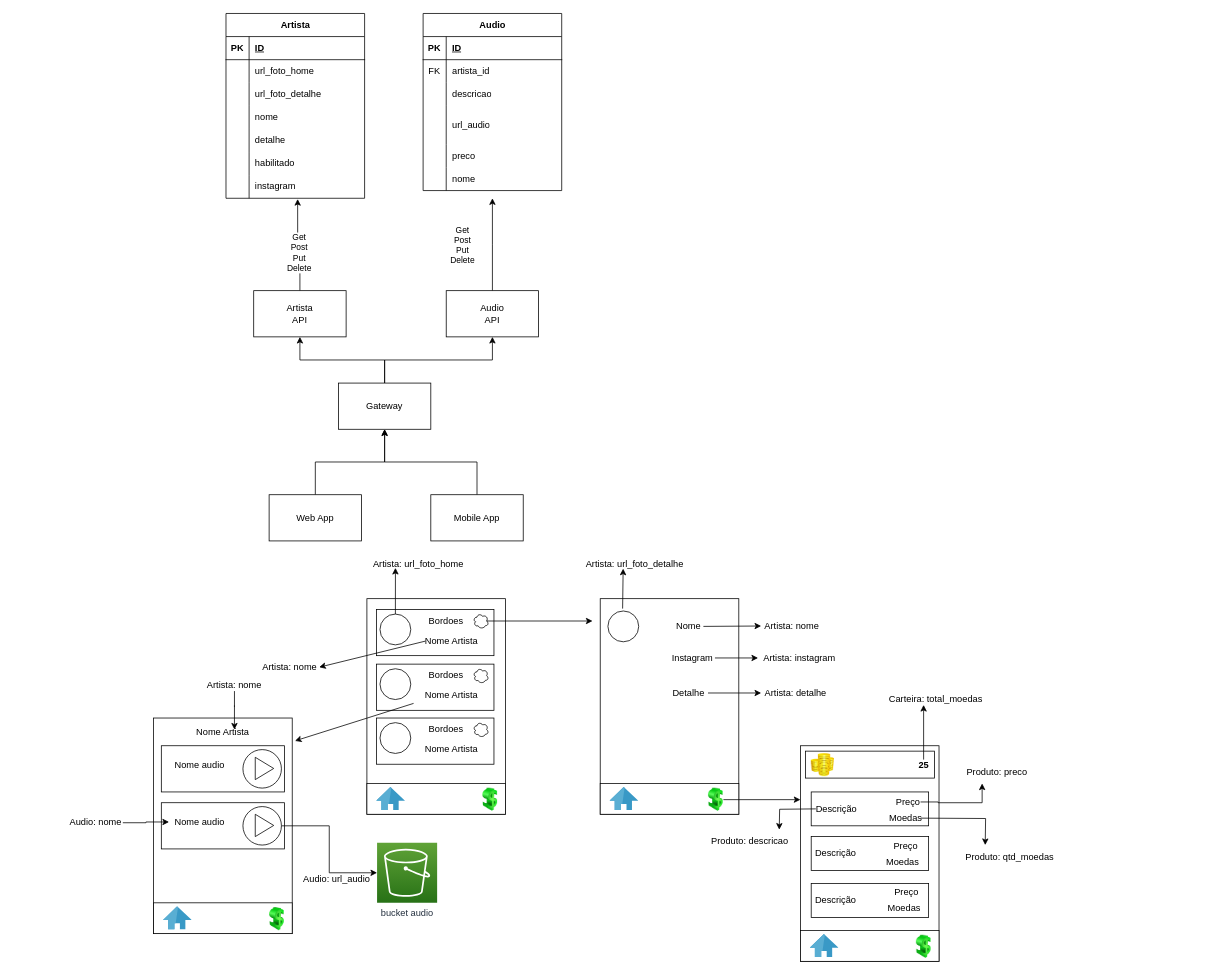
icaroclaro/bordoes-api keeps this draw.io diagram as desenho-app.drawio.xml. Above is the earlier version. Source tidied: cells renumbered, new cells numbered last; positions are measured from the earlier drawing's top-left corner, leaving out a move shared by most shapes. Both pictures are drawn from the tidied source at 77%, with x=0, y=0 at pixel (69, 13).
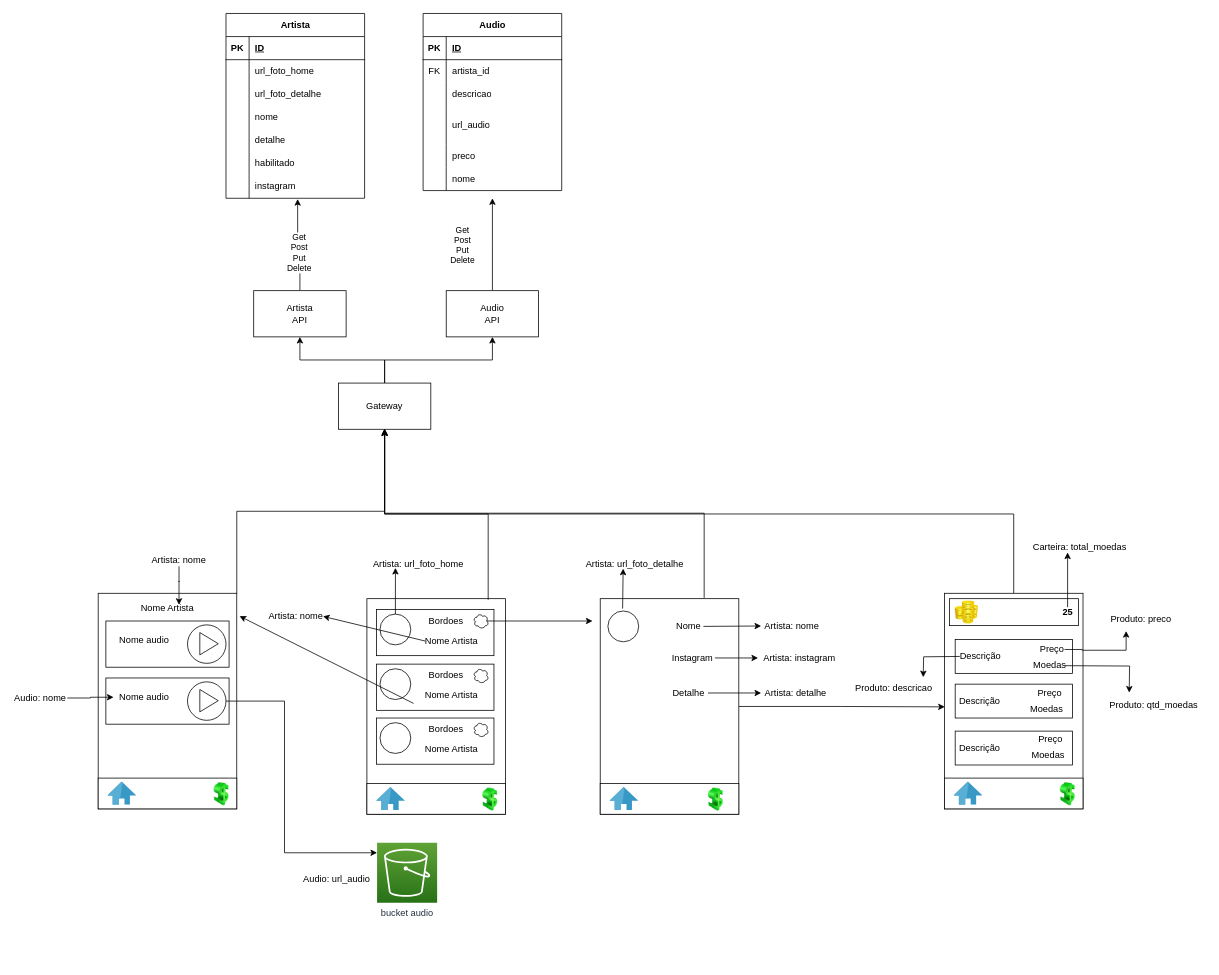
Above is the later version.

Commit message:
atualização do desenho da aplicação

Unchanged cells that the change refers to:
```xml
<mxCell id="2" style="rounded=0;whiteSpace=wrap;html=1;" parent="1" vertex="1">
  <mxGeometry x="387" y="760" width="180" height="280" as="geometry" />
</mxCell>
<mxCell id="56" value="Gateway" style="rounded=0;whiteSpace=wrap;html=1;" parent="1" vertex="1">
  <mxGeometry x="350" y="480" width="120" height="60" as="geometry" />
</mxCell>
<mxCell id="80" style="rounded=0;whiteSpace=wrap;html=1;" parent="1" vertex="1">
  <mxGeometry x="690" y="760" width="180" height="280" as="geometry" />
</mxCell>
<mxCell id="84" style="image;html=1;image=img/lib/clip_art/finance/Dollar_128x128.png;" parent="1" vertex="1">
  <mxGeometry x="830" y="1006" width="20" height="30" as="geometry" />
</mxCell>
<mxCell id="112" value="bucket audio" style="sketch=0;points=[[0,0,0],[0.25,0,0],[0.5,0,0],[0.75,0,0],[1,0,0],[0,1,0],[0.25,1,0],[0.5,1,0],[0.75,1,0],[1,1,0],[0,0.25,0],[0,0.5,0],[0,0.75,0],[1,0.25,0],[1,0.5,0],[1,0.75,0]];outlineConnect=0;fontColor=#232F3E;gradientColor=#60A337;gradientDirection=north;fillColor=#277116;strokeColor=#ffffff;dashed=0;verticalLabelPosition=bottom;verticalAlign=top;align=center;html=1;fontSize=12;fontStyle=0;shape=mxgraph.aws4.resourceIcon;resIcon=mxgraph.aws4.s3;" parent="1" vertex="1">
  <mxGeometry x="400.2" y="1077" width="78" height="78" as="geometry" />
</mxCell>
```

Change to the diagram source:
```diff
@@
-    <mxCell id="28" style="edgeStyle=orthogonalEdgeStyle;rounded=0;jettySize=auto;html=1;exitX=0.5;exitY=0;exitDx=0;exitDy=0;entryX=0.5;entryY=1;entryDx=0;entryDy=0;" parent="1" edge="1" source="29" target="56">
-      <mxGeometry relative="1" as="geometry" />
-    </mxCell>
-    <mxCell id="29" value="Mobile App" style="rounded=0;whiteSpace=wrap;html=1;" parent="1" vertex="1">
-      <mxGeometry x="470" y="625" width="120" height="60" as="geometry" />
-    </mxCell>
-    <mxCell id="30" style="edgeStyle=orthogonalEdgeStyle;rounded=0;jettySize=auto;html=1;exitX=0.5;exitY=0;exitDx=0;exitDy=0;" parent="1" edge="1" source="31" target="56">
-      <mxGeometry relative="1" as="geometry" />
+    <mxCell id="30" style="edgeStyle=orthogonalEdgeStyle;rounded=0;jettySize=auto;html=1;exitX=0.875;exitY=0.005;exitDx=0;exitDy=0;exitPerimeter=0;" parent="1" edge="1" source="2" target="56">
+      <mxGeometry relative="1" as="geometry">
+        <Array as="points">
+          <mxPoint x="544" y="650" />
+          <mxPoint x="410" y="650" />
+        </Array>
+      </mxGeometry>
     </mxCell>
-    <mxCell id="31" value="Web App" style="rounded=0;whiteSpace=wrap;html=1;" parent="1" vertex="1">
-      <mxGeometry x="260" y="625" width="120" height="60" as="geometry" />
-    </mxCell>
@@
     <mxCell id="67" style="endArrow=classic;html=1;rounded=0;" parent="1" edge="1">
       <mxGeometry relative="1" as="geometry">
         <mxPoint x="463" y="815.1" as="sourcePoint" />
-        <mxPoint x="325" y="849" as="targetPoint" />
+        <mxPoint x="330" y="783" as="targetPoint" />
       </mxGeometry>
     </mxCell>
     <mxCell id="68" value="Artista: nome" style="text;html=1;strokeColor=none;fillColor=none;align=center;verticalAlign=middle;whiteSpace=wrap;rounded=0;" parent="1" vertex="1">
-      <mxGeometry x="227" y="834" width="120" height="30" as="geometry" />
+      <mxGeometry x="235" y="768" width="120" height="30" as="geometry" />
     </mxCell>
@@
+    <mxCell id="145" style="edgeStyle=orthogonalEdgeStyle;rounded=0;jettySize=auto;html=1;entryX=0;entryY=0.75;entryDx=0;entryDy=0;" parent="1" edge="1" source="80" target="133">
+      <mxGeometry relative="1" as="geometry" />
+    </mxCell>
+    <mxCell id="146" style="edgeStyle=orthogonalEdgeStyle;rounded=0;orthogonalLoop=1;jettySize=auto;html=1;exitX=0.75;exitY=0;exitDx=0;exitDy=0;entryX=0.5;entryY=1;entryDx=0;entryDy=0;" parent="1" edge="1">
+      <mxGeometry relative="1" as="geometry">
+        <mxPoint x="825" y="759" as="sourcePoint" />
+        <mxPoint x="410" y="539" as="targetPoint" />
+        <Array as="points">
+          <mxPoint x="825" y="649" />
+          <mxPoint x="410" y="649" />
+        </Array>
+      </mxGeometry>
+    </mxCell>
@@
-    <mxCell id="83" style="edgeStyle=orthogonalEdgeStyle;rounded=0;jettySize=auto;html=1;entryX=0;entryY=0.25;entryDx=0;entryDy=0;" parent="1" edge="1" source="84" target="118">
-      <mxGeometry relative="1" as="geometry" />
-    </mxCell>
@@
+    <mxCell id="147" style="edgeStyle=orthogonalEdgeStyle;rounded=0;jettySize=auto;html=1;exitX=1;exitY=0;exitDx=0;exitDy=0;entryX=0.5;entryY=1;entryDx=0;entryDy=0;" parent="1" edge="1" source="97" target="56">
+      <mxGeometry relative="1" as="geometry" />
+    </mxCell>
     <mxCell id="97" style="rounded=0;whiteSpace=wrap;html=1;" parent="1" vertex="1">
-      <mxGeometry x="110" y="915" width="180" height="280" as="geometry" />
+      <mxGeometry x="38" y="753" width="180" height="280" as="geometry" />
     </mxCell>
     <mxCell id="98" style="rounded=0;whiteSpace=wrap;html=1;" parent="1" vertex="1">
-      <mxGeometry x="110" y="1155" width="180" height="40" as="geometry" />
+      <mxGeometry x="38" y="993" width="180" height="40" as="geometry" />
     </mxCell>
     <mxCell id="99" style="image;sketch=0;html=1;align=center;fontSize=12;image=img/lib/mscae/Azure_Home.svg;" parent="1" vertex="1">
-      <mxGeometry x="122.5" y="1160" width="37.5" height="30" as="geometry" />
+      <mxGeometry x="50.5" y="998" width="37.5" height="30" as="geometry" />
     </mxCell>
     <mxCell id="100" style="image;html=1;image=img/lib/clip_art/finance/Dollar_128x128.png;" parent="1" vertex="1">
-      <mxGeometry x="250" y="1161" width="40" height="30" as="geometry" />
+      <mxGeometry x="178" y="999" width="40" height="30" as="geometry" />
     </mxCell>
@@
     <mxCell id="102" value="Nome Artista" style="text;html=1;strokeColor=none;fillColor=none;align=center;verticalAlign=middle;whiteSpace=wrap;rounded=0;" parent="1" vertex="1">
-      <mxGeometry x="130" y="919" width="140" height="30" as="geometry" />
+      <mxGeometry x="58" y="757" width="140" height="30" as="geometry" />
     </mxCell>
     <mxCell id="103" style="rounded=0;whiteSpace=wrap;html=1;" parent="1" vertex="1">
-      <mxGeometry x="120" y="951" width="160" height="60" as="geometry" />
+      <mxGeometry x="48" y="789" width="160" height="60" as="geometry" />
     </mxCell>
     <mxCell id="104" style="ellipse;whiteSpace=wrap;html=1;" parent="1" vertex="1">
-      <mxGeometry x="226" y="956" width="50" height="50" as="geometry" />
+      <mxGeometry x="154" y="794" width="50" height="50" as="geometry" />
     </mxCell>
     <mxCell id="105" style="triangle;whiteSpace=wrap;html=1;" parent="1" vertex="1">
-      <mxGeometry x="242" y="966" width="24" height="29" as="geometry" />
+      <mxGeometry x="170" y="804" width="24" height="29" as="geometry" />
     </mxCell>
     <mxCell id="106" value="Nome audio" style="text;html=1;strokeColor=none;fillColor=none;align=center;verticalAlign=middle;whiteSpace=wrap;rounded=0;" parent="1" vertex="1">
-      <mxGeometry x="130" y="961" width="80" height="30" as="geometry" />
+      <mxGeometry x="58" y="799" width="80" height="30" as="geometry" />
     </mxCell>
     <mxCell id="107" style="rounded=0;whiteSpace=wrap;html=1;" parent="1" vertex="1">
-      <mxGeometry x="120" y="1025" width="160" height="60" as="geometry" />
+      <mxGeometry x="48" y="863" width="160" height="60" as="geometry" />
     </mxCell>
     <mxCell id="108" style="edgeStyle=orthogonalEdgeStyle;rounded=0;jettySize=auto;html=1;exitX=1;exitY=0.5;exitDx=0;exitDy=0;" parent="1" edge="1" source="109" target="112">
-      <mxGeometry relative="1" as="geometry" />
+      <mxGeometry relative="1" as="geometry">
+        <Array as="points">
+          <mxPoint x="280" y="893" />
+          <mxPoint x="280" y="1090" />
+        </Array>
+      </mxGeometry>
     </mxCell>
     <mxCell id="109" style="ellipse;whiteSpace=wrap;html=1;" parent="1" vertex="1">
-      <mxGeometry x="226" y="1030" width="50" height="50" as="geometry" />
+      <mxGeometry x="154" y="868" width="50" height="50" as="geometry" />
     </mxCell>
     <mxCell id="110" style="triangle;whiteSpace=wrap;html=1;" parent="1" vertex="1">
-      <mxGeometry x="242" y="1040" width="24" height="29" as="geometry" />
+      <mxGeometry x="170" y="878" width="24" height="29" as="geometry" />
     </mxCell>
     <mxCell id="111" value="Nome audio" style="text;html=1;strokeColor=none;fillColor=none;align=center;verticalAlign=middle;whiteSpace=wrap;rounded=0;" parent="1" vertex="1">
-      <mxGeometry x="130" y="1035" width="80" height="30" as="geometry" />
+      <mxGeometry x="58" y="873" width="80" height="30" as="geometry" />
     </mxCell>
@@
     <mxCell id="115" value="Audio: nome" style="text;html=1;strokeColor=none;fillColor=none;align=center;verticalAlign=middle;whiteSpace=wrap;rounded=0;" parent="1" vertex="1">
-      <mxGeometry y="1036" width="70" height="30" as="geometry" />
+      <mxGeometry x="-72" y="874" width="70" height="30" as="geometry" />
     </mxCell>
@@
     <mxCell id="117" value="Artista: nome" style="text;html=1;strokeColor=none;fillColor=none;align=center;verticalAlign=middle;whiteSpace=wrap;rounded=0;" parent="1" vertex="1">
-      <mxGeometry x="170" y="864" width="90" height="16" as="geometry" />
+      <mxGeometry x="98" y="702" width="90" height="16" as="geometry" />
     </mxCell>
+    <mxCell id="148" style="edgeStyle=orthogonalEdgeStyle;rounded=0;jettySize=auto;html=1;exitX=0.5;exitY=0;exitDx=0;exitDy=0;entryX=0.5;entryY=1;entryDx=0;entryDy=0;" parent="1" edge="1" source="118" target="56">
+      <mxGeometry relative="1" as="geometry">
+        <Array as="points">
+          <mxPoint x="1227" y="650" />
+          <mxPoint x="410" y="650" />
+        </Array>
+      </mxGeometry>
+    </mxCell>
     <mxCell id="118" style="rounded=0;whiteSpace=wrap;html=1;" parent="1" vertex="1">
-      <mxGeometry x="950" y="951" width="180" height="280" as="geometry" />
+      <mxGeometry x="1137" y="753" width="180" height="280" as="geometry" />
     </mxCell>
     <mxCell id="119" style="rounded=0;whiteSpace=wrap;html=1;" parent="1" vertex="1">
-      <mxGeometry x="956.5" y="958" width="167.5" height="35" as="geometry" />
+      <mxGeometry x="1143.5" y="760" width="167.5" height="35" as="geometry" />
     </mxCell>
     <mxCell id="120" style="rounded=0;whiteSpace=wrap;html=1;" parent="1" vertex="1">
-      <mxGeometry x="964" y="1011" width="152.5" height="44" as="geometry" />
+      <mxGeometry x="1151" y="813" width="152.5" height="44" as="geometry" />
     </mxCell>
     <mxCell id="121" style="rounded=0;whiteSpace=wrap;html=1;" parent="1" vertex="1">
-      <mxGeometry x="950" y="1191" width="180" height="40" as="geometry" />
+      <mxGeometry x="1137" y="993" width="180" height="40" as="geometry" />
     </mxCell>
     <mxCell id="122" style="image;sketch=0;html=1;align=center;fontSize=12;image=img/lib/mscae/Azure_Home.svg;" parent="1" vertex="1">
-      <mxGeometry x="962.5" y="1196" width="37.5" height="30" as="geometry" />
+      <mxGeometry x="1149.5" y="998" width="37.5" height="30" as="geometry" />
     </mxCell>
     <mxCell id="123" style="image;html=1;image=img/lib/clip_art/finance/Dollar_128x128.png;" parent="1" vertex="1">
-      <mxGeometry x="1090" y="1197" width="40" height="30" as="geometry" />
+      <mxGeometry x="1277" y="999" width="40" height="30" as="geometry" />
     </mxCell>
     <mxCell id="124" style="image;html=1;image=img/lib/clip_art/finance/Coins_128x128.png;" parent="1" vertex="1">
-      <mxGeometry x="959" y="961" width="40" height="30" as="geometry" />
+      <mxGeometry x="1146" y="763" width="40" height="30" as="geometry" />
     </mxCell>
     <mxCell id="125" style="edgeStyle=orthogonalEdgeStyle;rounded=0;orthogonalLoop=1;jettySize=auto;html=1;" parent="1" edge="1">
       <mxGeometry relative="1" as="geometry">
-        <mxPoint x="1110" y="969" as="sourcePoint" />
-        <mxPoint x="1110" y="898" as="targetPoint" />
+        <mxPoint x="1297" y="771" as="sourcePoint" />
+        <mxPoint x="1297" y="700" as="targetPoint" />
       </mxGeometry>
     </mxCell>
     <mxCell id="126" value="25" style="text;html=1;strokeColor=none;fillColor=none;align=center;verticalAlign=middle;whiteSpace=wrap;rounded=0;fontStyle=1;" parent="1" vertex="1">
-      <mxGeometry x="1099" y="961" width="23" height="30" as="geometry" />
+      <mxGeometry x="1286" y="763" width="23" height="30" as="geometry" />
     </mxCell>
     <mxCell id="127" style="rounded=0;whiteSpace=wrap;html=1;" parent="1" vertex="1">
-      <mxGeometry x="964" y="1130" width="152.5" height="44" as="geometry" />
+      <mxGeometry x="1151" y="932" width="152.5" height="44" as="geometry" />
     </mxCell>
     <mxCell id="128" style="rounded=0;whiteSpace=wrap;html=1;" parent="1" vertex="1">
-      <mxGeometry x="964" y="1069" width="152.5" height="44" as="geometry" />
+      <mxGeometry x="1151" y="871" width="152.5" height="44" as="geometry" />
     </mxCell>
     <mxCell id="129" style="edgeStyle=orthogonalEdgeStyle;rounded=0;orthogonalLoop=1;jettySize=auto;html=1;entryX=0.5;entryY=0;entryDx=0;entryDy=0;" parent="1" edge="1">
       <mxGeometry relative="1" as="geometry">
-        <mxPoint x="970" y="1033" as="sourcePoint" />
-        <mxPoint x="922.5" y="1060" as="targetPoint" />
+        <mxPoint x="1157" y="835" as="sourcePoint" />
+        <mxPoint x="1109.5" y="862" as="targetPoint" />
       </mxGeometry>
     </mxCell>
     <mxCell id="130" value="Descrição" style="text;html=1;strokeColor=none;fillColor=none;align=center;verticalAlign=middle;whiteSpace=wrap;rounded=0;" parent="1" vertex="1">
-      <mxGeometry x="952" y="1018" width="90" height="30" as="geometry" />
+      <mxGeometry x="1139" y="820" width="90" height="30" as="geometry" />
     </mxCell>
     <mxCell id="131" style="edgeStyle=orthogonalEdgeStyle;rounded=0;jettySize=auto;html=1;" parent="1" edge="1" target="142">
       <mxGeometry relative="1" as="geometry">
-        <mxPoint x="1106" y="1024" as="sourcePoint" />
+        <mxPoint x="1293" y="826" as="sourcePoint" />
         <Array as="points">
-          <mxPoint x="1129" y="1025" />
-          <mxPoint x="1186" y="1025" />
+          <mxPoint x="1316" y="827" />
+          <mxPoint x="1373" y="827" />
         </Array>
       </mxGeometry>
     </mxCell>
     <mxCell id="132" value="Preço&lt;br&gt;" style="text;html=1;strokeColor=none;fillColor=none;align=center;verticalAlign=middle;whiteSpace=wrap;rounded=0;" parent="1" vertex="1">
-      <mxGeometry x="1060" y="1008" width="60" height="32" as="geometry" />
+      <mxGeometry x="1247" y="810" width="60" height="32" as="geometry" />
     </mxCell>
     <mxCell id="133" value="Descrição" style="text;html=1;strokeColor=none;fillColor=none;align=center;verticalAlign=middle;whiteSpace=wrap;rounded=0;" parent="1" vertex="1">
-      <mxGeometry x="950.5" y="1076" width="90" height="30" as="geometry" />
+      <mxGeometry x="1137.5" y="878" width="90" height="30" as="geometry" />
     </mxCell>
     <mxCell id="134" value="Descrição" style="text;html=1;strokeColor=none;fillColor=none;align=center;verticalAlign=middle;whiteSpace=wrap;rounded=0;" parent="1" vertex="1">
-      <mxGeometry x="951" y="1137" width="90" height="30" as="geometry" />
+      <mxGeometry x="1138" y="939" width="90" height="30" as="geometry" />
     </mxCell>
     <mxCell id="135" style="edgeStyle=orthogonalEdgeStyle;rounded=0;orthogonalLoop=1;jettySize=auto;html=1;" parent="1" edge="1">
       <mxGeometry relative="1" as="geometry">
-        <mxPoint x="1106.5" y="1045" as="sourcePoint" />
-        <mxPoint x="1190" y="1080" as="targetPoint" />
+        <mxPoint x="1293.5" y="847" as="sourcePoint" />
+        <mxPoint x="1377" y="882" as="targetPoint" />
       </mxGeometry>
     </mxCell>
     <mxCell id="136" value="Moedas" style="text;html=1;strokeColor=none;fillColor=none;align=center;verticalAlign=middle;whiteSpace=wrap;rounded=0;" parent="1" vertex="1">
-      <mxGeometry x="1056.5" y="1030" width="60" height="30" as="geometry" />
+      <mxGeometry x="1243.5" y="832" width="60" height="30" as="geometry" />
     </mxCell>
     <mxCell id="137" value="Preço&lt;br&gt;" style="text;html=1;strokeColor=none;fillColor=none;align=center;verticalAlign=middle;whiteSpace=wrap;rounded=0;" parent="1" vertex="1">
-      <mxGeometry x="1056.5" y="1065" width="60" height="32" as="geometry" />
+      <mxGeometry x="1243.5" y="867" width="60" height="32" as="geometry" />
     </mxCell>
     <mxCell id="138" value="Moedas" style="text;html=1;strokeColor=none;fillColor=none;align=center;verticalAlign=middle;whiteSpace=wrap;rounded=0;" parent="1" vertex="1">
-      <mxGeometry x="1053" y="1087" width="60" height="30" as="geometry" />
+      <mxGeometry x="1240" y="889" width="60" height="30" as="geometry" />
     </mxCell>
     <mxCell id="139" value="Preço&lt;br&gt;" style="text;html=1;strokeColor=none;fillColor=none;align=center;verticalAlign=middle;whiteSpace=wrap;rounded=0;" parent="1" vertex="1">
-      <mxGeometry x="1058.2" y="1125" width="60" height="32" as="geometry" />
+      <mxGeometry x="1245.2" y="927" width="60" height="32" as="geometry" />
     </mxCell>
     <mxCell id="140" value="Moedas" style="text;html=1;strokeColor=none;fillColor=none;align=center;verticalAlign=middle;whiteSpace=wrap;rounded=0;" parent="1" vertex="1">
-      <mxGeometry x="1054.8" y="1147" width="60" height="30" as="geometry" />
+      <mxGeometry x="1241.8" y="949" width="60" height="30" as="geometry" />
     </mxCell>
     <mxCell id="141" value="Produto: qtd_moedas" style="text;html=1;strokeColor=none;fillColor=none;align=center;verticalAlign=middle;whiteSpace=wrap;rounded=0;" parent="1" vertex="1">
-      <mxGeometry x="1154" y="1081" width="136" height="30" as="geometry" />
+      <mxGeometry x="1341" y="883" width="136" height="30" as="geometry" />
     </mxCell>
     <mxCell id="142" value="Produto: preco" style="text;html=1;strokeColor=none;fillColor=none;align=center;verticalAlign=middle;whiteSpace=wrap;rounded=0;" parent="1" vertex="1">
-      <mxGeometry x="1151" y="970" width="109" height="30" as="geometry" />
+      <mxGeometry x="1338" y="772" width="109" height="30" as="geometry" />
     </mxCell>
     <mxCell id="143" value="Produto: descricao" style="text;html=1;strokeColor=none;fillColor=none;align=center;verticalAlign=middle;whiteSpace=wrap;rounded=0;" parent="1" vertex="1">
-      <mxGeometry x="830" y="1060" width="109" height="30" as="geometry" />
+      <mxGeometry x="1017" y="862" width="109" height="30" as="geometry" />
     </mxCell>
     <mxCell id="144" value="Carteira: total_moedas" style="text;html=1;strokeColor=none;fillColor=none;align=center;verticalAlign=middle;whiteSpace=wrap;rounded=0;" parent="1" vertex="1">
-      <mxGeometry x="1056" y="876" width="140" height="30" as="geometry" />
+      <mxGeometry x="1243" y="678" width="140" height="30" as="geometry" />
     </mxCell>
```
